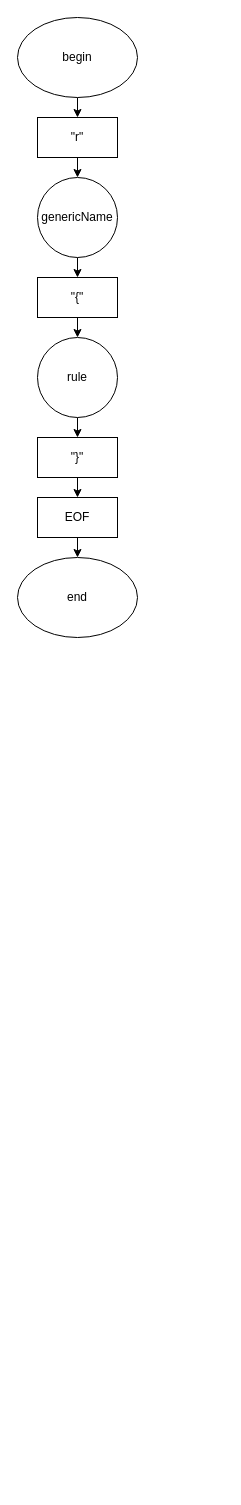
Before: singarule/resources/schemes/lang.drawio in heliosgg/singarule, a draw.io diagram. Source tidied: cells renumbered, new cells numbered last; positions are measured from the earlier drawing's top-left corner, leaving out a move shared by most shapes. Both pictures are drawn from the tidied source at 100%, with x=0, y=0 at pixel (17, 17).
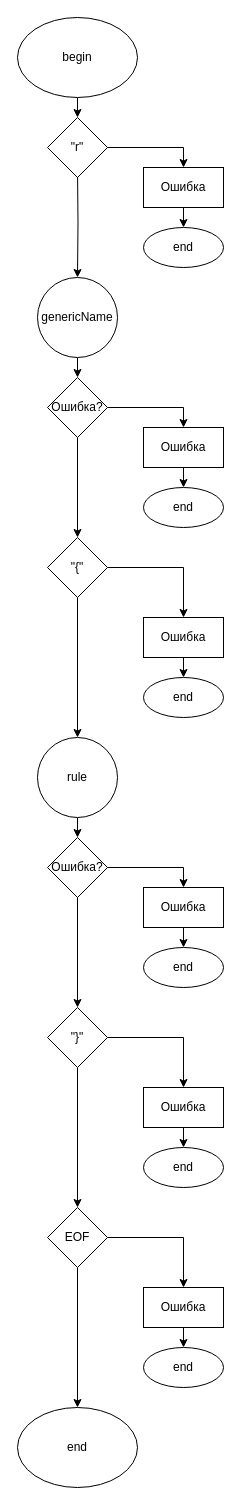
The same page after the edit.

Change to the diagram source:
```diff
@@
-    <mxCell id="4" style="edgeStyle=orthogonalEdgeStyle;rounded=0;jettySize=auto;html=1;exitX=0.5;exitY=1;exitDx=0;exitDy=0;entryX=0.5;entryY=0;entryDx=0;entryDy=0;" parent="1" edge="1" source="5" target="7">
-      <mxGeometry relative="1" as="geometry" />
-    </mxCell>
+    <mxCell id="17" style="edgeStyle=orthogonalEdgeStyle;rounded=0;jettySize=auto;html=1;exitX=0.5;exitY=1;exitDx=0;exitDy=0;entryX=0.5;entryY=0;entryDx=0;entryDy=0;" parent="1" edge="1" source="7" target="25">
+      <mxGeometry relative="1" as="geometry" />
+    </mxCell>
+    <mxCell id="7" value="genericName" style="ellipse;whiteSpace=wrap;html=1;" parent="1" vertex="1">
+      <mxGeometry x="20" y="260" width="80" height="80" as="geometry" />
+    </mxCell>
+    <mxCell id="18" style="edgeStyle=orthogonalEdgeStyle;rounded=0;jettySize=auto;html=1;exitX=0.5;exitY=1;exitDx=0;exitDy=0;entryX=0.5;entryY=0;entryDx=0;entryDy=0;" parent="1" edge="1" source="19" target="20">
+      <mxGeometry relative="1" as="geometry" />
+    </mxCell>
+    <mxCell id="19" value="Ошибка" style="rounded=0;whiteSpace=wrap;html=1;" parent="1" vertex="1">
+      <mxGeometry x="126" y="150" width="80" height="40" as="geometry" />
+    </mxCell>
+    <mxCell id="20" value="end" style="ellipse;whiteSpace=wrap;html=1;" parent="1" vertex="1">
+      <mxGeometry x="126" y="210" width="80" height="40" as="geometry" />
+    </mxCell>
+    <mxCell id="21" style="edgeStyle=orthogonalEdgeStyle;rounded=0;jettySize=auto;html=1;exitX=1;exitY=0.5;exitDx=0;exitDy=0;entryX=0.5;entryY=0;entryDx=0;entryDy=0;" parent="1" edge="1" source="5" target="19">
+      <mxGeometry relative="1" as="geometry" />
+    </mxCell>
+    <mxCell id="22" style="edgeStyle=orthogonalEdgeStyle;rounded=0;jettySize=auto;html=1;exitX=0.5;exitY=1;exitDx=0;exitDy=0;entryX=0.5;entryY=0;entryDx=0;entryDy=0;" parent="1" edge="1" target="7">
+      <mxGeometry relative="1" as="geometry">
+        <mxPoint x="60" y="150" as="sourcePoint" />
+      </mxGeometry>
+    </mxCell>
-    <mxCell id="5" value="&quot;r&quot;" style="rounded=0;whiteSpace=wrap;html=1;" parent="1" vertex="1">
-      <mxGeometry x="20" y="100" width="80" height="40" as="geometry" />
+    <mxCell id="5" value="&quot;r&quot;" style="rhombus;whiteSpace=wrap;html=1;" parent="1" vertex="1">
+      <mxGeometry x="30" y="100" width="60" height="60" as="geometry" />
     </mxCell>
-    <mxCell id="6" style="edgeStyle=orthogonalEdgeStyle;rounded=0;jettySize=auto;html=1;exitX=0.5;exitY=1;exitDx=0;exitDy=0;entryX=0.5;entryY=0;entryDx=0;entryDy=0;" parent="1" edge="1" source="7" target="9">
-      <mxGeometry relative="1" as="geometry" />
-    </mxCell>
-    <mxCell id="7" value="genericName" style="ellipse;whiteSpace=wrap;html=1;" parent="1" vertex="1">
-      <mxGeometry x="20" y="160" width="80" height="80" as="geometry" />
-    </mxCell>
+    <mxCell id="23" style="edgeStyle=orthogonalEdgeStyle;rounded=0;jettySize=auto;html=1;exitX=1;exitY=0.5;exitDx=0;exitDy=0;entryX=0.5;entryY=0;entryDx=0;entryDy=0;" parent="1" edge="1" source="25" target="27">
+      <mxGeometry relative="1" as="geometry" />
+    </mxCell>
+    <mxCell id="24" style="edgeStyle=orthogonalEdgeStyle;rounded=0;jettySize=auto;html=1;exitX=0.5;exitY=1;exitDx=0;exitDy=0;entryX=0.5;entryY=0;entryDx=0;entryDy=0;" parent="1" edge="1" source="25" target="9">
+      <mxGeometry relative="1" as="geometry" />
+    </mxCell>
+    <mxCell id="25" value="Ошибка?" style="rhombus;whiteSpace=wrap;html=1;" parent="1" vertex="1">
+      <mxGeometry x="30" y="360" width="60" height="60" as="geometry" />
+    </mxCell>
+    <mxCell id="26" style="edgeStyle=orthogonalEdgeStyle;rounded=0;jettySize=auto;html=1;exitX=0.5;exitY=1;exitDx=0;exitDy=0;entryX=0.5;entryY=0;entryDx=0;entryDy=0;" parent="1" edge="1" source="27" target="28">
+      <mxGeometry relative="1" as="geometry" />
+    </mxCell>
+    <mxCell id="27" value="Ошибка" style="rounded=0;whiteSpace=wrap;html=1;" parent="1" vertex="1">
+      <mxGeometry x="126" y="410" width="80" height="40" as="geometry" />
+    </mxCell>
+    <mxCell id="28" value="end" style="ellipse;whiteSpace=wrap;html=1;" parent="1" vertex="1">
+      <mxGeometry x="126" y="470" width="80" height="40" as="geometry" />
+    </mxCell>
+    <mxCell id="29" style="edgeStyle=orthogonalEdgeStyle;rounded=0;jettySize=auto;html=1;exitX=1;exitY=0.5;exitDx=0;exitDy=0;entryX=0.5;entryY=0;entryDx=0;entryDy=0;" parent="1" edge="1" source="9" target="31">
+      <mxGeometry relative="1" as="geometry" />
+    </mxCell>
@@
-    <mxCell id="9" value="&quot;{&quot;" style="rounded=0;whiteSpace=wrap;html=1;" parent="1" vertex="1">
-      <mxGeometry x="20" y="260" width="80" height="40" as="geometry" />
+    <mxCell id="9" value="&quot;{&quot;" style="rhombus;whiteSpace=wrap;html=1;" parent="1" vertex="1">
+      <mxGeometry x="30" y="520" width="60" height="60" as="geometry" />
     </mxCell>
-    <mxCell id="10" style="edgeStyle=orthogonalEdgeStyle;rounded=0;jettySize=auto;html=1;exitX=0.5;exitY=1;exitDx=0;exitDy=0;entryX=0.5;entryY=0;entryDx=0;entryDy=0;" parent="1" edge="1" source="11" target="13">
-      <mxGeometry relative="1" as="geometry" />
-    </mxCell>
+    <mxCell id="30" style="edgeStyle=orthogonalEdgeStyle;rounded=0;jettySize=auto;html=1;exitX=0.5;exitY=1;exitDx=0;exitDy=0;entryX=0.5;entryY=0;entryDx=0;entryDy=0;" parent="1" edge="1" source="31" target="32">
+      <mxGeometry relative="1" as="geometry" />
+    </mxCell>
+    <mxCell id="31" value="Ошибка" style="rounded=0;whiteSpace=wrap;html=1;" parent="1" vertex="1">
+      <mxGeometry x="126" y="600" width="80" height="40" as="geometry" />
+    </mxCell>
+    <mxCell id="32" value="end" style="ellipse;whiteSpace=wrap;html=1;" parent="1" vertex="1">
+      <mxGeometry x="126" y="660" width="80" height="40" as="geometry" />
+    </mxCell>
+    <mxCell id="33" style="edgeStyle=orthogonalEdgeStyle;rounded=0;jettySize=auto;html=1;exitX=0.5;exitY=1;exitDx=0;exitDy=0;entryX=0.5;entryY=0;entryDx=0;entryDy=0;" parent="1" edge="1" source="11" target="36">
+      <mxGeometry relative="1" as="geometry" />
+    </mxCell>
     <mxCell id="11" value="rule" style="ellipse;whiteSpace=wrap;html=1;" parent="1" vertex="1">
-      <mxGeometry x="20" y="320" width="80" height="80" as="geometry" />
+      <mxGeometry x="20" y="720" width="80" height="80" as="geometry" />
     </mxCell>
+    <mxCell id="34" style="edgeStyle=orthogonalEdgeStyle;rounded=0;jettySize=auto;html=1;exitX=1;exitY=0.5;exitDx=0;exitDy=0;entryX=0.5;entryY=0;entryDx=0;entryDy=0;" parent="1" edge="1" source="36" target="38">
+      <mxGeometry relative="1" as="geometry" />
+    </mxCell>
+    <mxCell id="35" style="edgeStyle=orthogonalEdgeStyle;rounded=0;jettySize=auto;html=1;exitX=0.5;exitY=1;exitDx=0;exitDy=0;entryX=0.5;entryY=0;entryDx=0;entryDy=0;" parent="1" edge="1" source="36" target="13">
+      <mxGeometry relative="1" as="geometry" />
+    </mxCell>
+    <mxCell id="36" value="Ошибка?" style="rhombus;whiteSpace=wrap;html=1;" parent="1" vertex="1">
+      <mxGeometry x="30" y="820" width="60" height="60" as="geometry" />
+    </mxCell>
+    <mxCell id="37" style="edgeStyle=orthogonalEdgeStyle;rounded=0;jettySize=auto;html=1;exitX=0.5;exitY=1;exitDx=0;exitDy=0;entryX=0.5;entryY=0;entryDx=0;entryDy=0;" parent="1" edge="1" source="38" target="39">
+      <mxGeometry relative="1" as="geometry" />
+    </mxCell>
+    <mxCell id="38" value="Ошибка" style="rounded=0;whiteSpace=wrap;html=1;" parent="1" vertex="1">
+      <mxGeometry x="126" y="870" width="80" height="40" as="geometry" />
+    </mxCell>
+    <mxCell id="39" value="end" style="ellipse;whiteSpace=wrap;html=1;" parent="1" vertex="1">
+      <mxGeometry x="126" y="930" width="80" height="40" as="geometry" />
+    </mxCell>
+    <mxCell id="40" style="edgeStyle=orthogonalEdgeStyle;rounded=0;jettySize=auto;html=1;exitX=1;exitY=0.5;exitDx=0;exitDy=0;entryX=0.5;entryY=0;entryDx=0;entryDy=0;" parent="1" edge="1" source="13" target="42">
+      <mxGeometry relative="1" as="geometry" />
+    </mxCell>
@@
-    <mxCell id="13" value="&quot;}&quot;" style="rounded=0;whiteSpace=wrap;html=1;" parent="1" vertex="1">
-      <mxGeometry x="20" y="420" width="80" height="40" as="geometry" />
+    <mxCell id="13" value="&quot;}&quot;" style="rhombus;whiteSpace=wrap;html=1;" parent="1" vertex="1">
+      <mxGeometry x="30" y="990" width="60" height="60" as="geometry" />
     </mxCell>
-    <mxCell id="14" style="edgeStyle=orthogonalEdgeStyle;rounded=0;jettySize=auto;html=1;exitX=0.5;exitY=1;exitDx=0;exitDy=0;entryX=0.5;entryY=0;entryDx=0;entryDy=0;" parent="1" edge="1" source="15" target="16">
-      <mxGeometry relative="1" as="geometry" />
-    </mxCell>
+    <mxCell id="41" style="edgeStyle=orthogonalEdgeStyle;rounded=0;jettySize=auto;html=1;exitX=0.5;exitY=1;exitDx=0;exitDy=0;entryX=0.5;entryY=0;entryDx=0;entryDy=0;" parent="1" edge="1" source="42" target="43">
+      <mxGeometry relative="1" as="geometry" />
+    </mxCell>
+    <mxCell id="42" value="Ошибка" style="rounded=0;whiteSpace=wrap;html=1;" parent="1" vertex="1">
+      <mxGeometry x="126" y="1070" width="80" height="40" as="geometry" />
+    </mxCell>
+    <mxCell id="43" value="end" style="ellipse;whiteSpace=wrap;html=1;" parent="1" vertex="1">
+      <mxGeometry x="126" y="1130" width="80" height="40" as="geometry" />
+    </mxCell>
+    <mxCell id="44" style="edgeStyle=orthogonalEdgeStyle;rounded=0;jettySize=auto;html=1;exitX=1;exitY=0.5;exitDx=0;exitDy=0;entryX=0.5;entryY=0;entryDx=0;entryDy=0;" parent="1" edge="1" source="15" target="47">
+      <mxGeometry relative="1" as="geometry" />
+    </mxCell>
+    <mxCell id="45" style="edgeStyle=orthogonalEdgeStyle;rounded=0;jettySize=auto;html=1;exitX=0.5;exitY=1;exitDx=0;exitDy=0;entryX=0.5;entryY=0;entryDx=0;entryDy=0;" parent="1" edge="1" source="15" target="49">
+      <mxGeometry relative="1" as="geometry" />
+    </mxCell>
-    <mxCell id="15" value="EOF" style="rounded=0;whiteSpace=wrap;html=1;" parent="1" vertex="1">
-      <mxGeometry x="20" y="480" width="80" height="40" as="geometry" />
+    <mxCell id="15" value="EOF" style="rhombus;whiteSpace=wrap;html=1;" parent="1" vertex="1">
+      <mxGeometry x="30" y="1190" width="60" height="60" as="geometry" />
     </mxCell>
-    <mxCell id="16" value="end" style="ellipse;whiteSpace=wrap;html=1;" parent="1" vertex="1">
-      <mxGeometry y="540" width="120" height="80" as="geometry" />
-    </mxCell>
+    <mxCell id="46" style="edgeStyle=orthogonalEdgeStyle;rounded=0;jettySize=auto;html=1;exitX=0.5;exitY=1;exitDx=0;exitDy=0;entryX=0.5;entryY=0;entryDx=0;entryDy=0;" parent="1" edge="1" source="47" target="48">
+      <mxGeometry relative="1" as="geometry" />
+    </mxCell>
+    <mxCell id="47" value="Ошибка" style="rounded=0;whiteSpace=wrap;html=1;" parent="1" vertex="1">
+      <mxGeometry x="126" y="1270" width="80" height="40" as="geometry" />
+    </mxCell>
+    <mxCell id="48" value="end" style="ellipse;whiteSpace=wrap;html=1;" parent="1" vertex="1">
+      <mxGeometry x="126" y="1330" width="80" height="40" as="geometry" />
+    </mxCell>
+    <mxCell id="49" value="end" style="ellipse;whiteSpace=wrap;html=1;" parent="1" vertex="1">
+      <mxGeometry y="1390" width="120" height="80" as="geometry" />
+    </mxCell>
```
